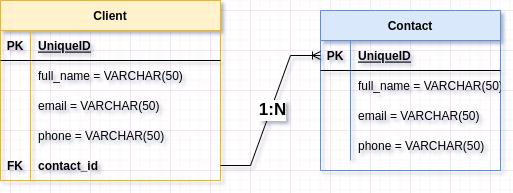
This is src/assets/relations_diagram.png from rafhaelmallorga/server_agenda, a draw.io export, as it was before one commit. Source tidied: cells renumbered, new cells last; positions are measured from the earlier drawing's top-left corner, leaving out a move shared by most shapes.
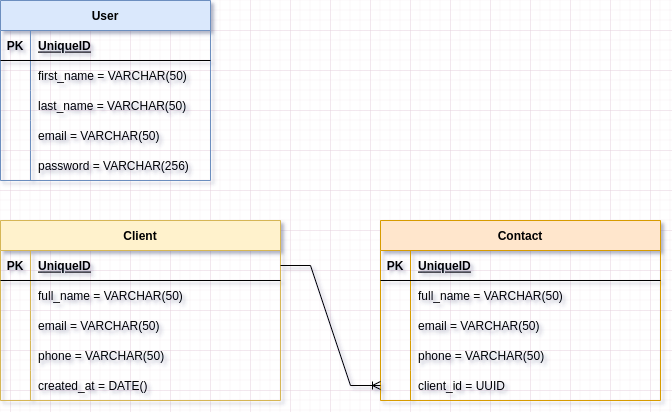
After the change.

The edit, as a diff of the source:
```diff
@@ -2,98 +2,152 @@
   <root>
     <mxCell id="0" />
     <mxCell id="1" parent="0" />
+    <mxCell id="33" value="User" style="shape=table;startSize=30;rowLines=0;fontStyle=1;align=center;fillColor=#dae8fc;strokeColor=#6c8ebf;" parent="1" vertex="1">
+      <mxGeometry x="-40" y="20" width="210" height="180" as="geometry" />
+    </mxCell>
+    <mxCell id="34" style="shape=tableRow;horizontal=0;startSize=0;swimlaneHead=0;swimlaneBody=0;fillColor=none;top=0;left=0;right=0;bottom=1;" parent="33" vertex="1">
+      <mxGeometry y="30" width="210" height="30" as="geometry" />
+    </mxCell>
+    <mxCell id="35" value="PK" style="shape=partialRectangle;fillColor=none;top=0;left=0;bottom=0;right=0;fontStyle=1;overflow=hidden;" parent="34" vertex="1">
+      <mxGeometry width="30" height="30" as="geometry" />
+    </mxCell>
+    <mxCell id="36" value="UniqueID" style="shape=partialRectangle;fillColor=none;top=0;left=0;bottom=0;right=0;align=left;spacingLeft=6;fontStyle=5;overflow=hidden;" parent="34" vertex="1">
+      <mxGeometry x="30" width="180" height="30" as="geometry" />
+    </mxCell>
+    <mxCell id="37" style="shape=tableRow;horizontal=0;startSize=0;swimlaneHead=0;swimlaneBody=0;fillColor=none;top=0;left=0;right=0;bottom=0;" parent="33" vertex="1">
+      <mxGeometry y="60" width="210" height="30" as="geometry" />
+    </mxCell>
+    <mxCell id="38" style="shape=partialRectangle;fillColor=none;top=0;left=0;bottom=0;right=0;overflow=hidden;" parent="37" vertex="1">
+      <mxGeometry width="30" height="30" as="geometry" />
+    </mxCell>
+    <mxCell id="39" value="first_name = VARCHAR(50)" style="shape=partialRectangle;fillColor=none;top=0;left=0;bottom=0;right=0;align=left;spacingLeft=6;overflow=hidden;" parent="37" vertex="1">
+      <mxGeometry x="30" width="180" height="30" as="geometry" />
+    </mxCell>
+    <mxCell id="40" style="shape=tableRow;horizontal=0;startSize=0;swimlaneHead=0;swimlaneBody=0;fillColor=none;top=0;left=0;right=0;bottom=0;" parent="33" vertex="1">
+      <mxGeometry y="90" width="210" height="30" as="geometry" />
+    </mxCell>
+    <mxCell id="41" style="shape=partialRectangle;fillColor=none;top=0;left=0;bottom=0;right=0;overflow=hidden;" parent="40" vertex="1">
+      <mxGeometry width="30" height="30" as="geometry" />
+    </mxCell>
+    <mxCell id="42" value="last_name = VARCHAR(50)" style="shape=partialRectangle;fillColor=none;top=0;left=0;bottom=0;right=0;align=left;spacingLeft=6;overflow=hidden;" parent="40" vertex="1">
+      <mxGeometry x="30" width="180" height="30" as="geometry" />
+    </mxCell>
+    <mxCell id="43" style="shape=tableRow;horizontal=0;startSize=0;swimlaneHead=0;swimlaneBody=0;fillColor=none;top=0;left=0;right=0;bottom=0;" parent="33" vertex="1">
+      <mxGeometry y="120" width="210" height="30" as="geometry" />
+    </mxCell>
+    <mxCell id="44" style="shape=partialRectangle;fillColor=none;top=0;left=0;bottom=0;right=0;overflow=hidden;" parent="43" vertex="1">
+      <mxGeometry width="30" height="30" as="geometry" />
+    </mxCell>
+    <mxCell id="45" value="email = VARCHAR(50)" style="shape=partialRectangle;fillColor=none;top=0;left=0;bottom=0;right=0;align=left;spacingLeft=6;overflow=hidden;" parent="43" vertex="1">
+      <mxGeometry x="30" width="180" height="30" as="geometry" />
+    </mxCell>
+    <mxCell id="46" style="shape=tableRow;horizontal=0;startSize=0;swimlaneHead=0;swimlaneBody=0;fillColor=none;top=0;left=0;right=0;bottom=0;" parent="33" vertex="1">
+      <mxGeometry y="150" width="210" height="30" as="geometry" />
+    </mxCell>
+    <mxCell id="47" style="shape=partialRectangle;fillColor=none;top=0;left=0;bottom=0;right=0;overflow=hidden;" parent="46" vertex="1">
+      <mxGeometry width="30" height="30" as="geometry" />
+    </mxCell>
+    <mxCell id="48" value="password = VARCHAR(256)" style="shape=partialRectangle;fillColor=none;top=0;left=0;bottom=0;right=0;align=left;spacingLeft=6;overflow=hidden;" parent="46" vertex="1">
+      <mxGeometry x="30" width="180" height="30" as="geometry" />
+    </mxCell>
     <mxCell id="2" value="Client" style="shape=table;startSize=30;rowLines=0;fontStyle=1;align=center;fillColor=#fff2cc;strokeColor=#d6b656;" parent="1" vertex="1">
-      <mxGeometry width="220" height="180" as="geometry" />
+      <mxGeometry x="-40" y="240" width="280" height="180" as="geometry" />
     </mxCell>
-    <mxCell id="3" style="shape=tableRow;horizontal=0;startSize=0;swimlaneHead=0;swimlaneBody=0;fillColor=none;top=0;left=0;right=0;bottom=1;" parent="2" vertex="1">
-      <mxGeometry y="30" width="220" height="30" as="geometry" />
-    </mxCell>
-    <mxCell id="4" value="PK" style="shape=partialRectangle;fillColor=none;top=0;left=0;bottom=0;right=0;fontStyle=1;overflow=hidden;" parent="3" vertex="1">
-      <mxGeometry width="30" height="30" as="geometry" />
-    </mxCell>
-    <mxCell id="5" value="UniqueID" style="shape=partialRectangle;fillColor=none;top=0;left=0;bottom=0;right=0;align=left;spacingLeft=6;fontStyle=5;overflow=hidden;" parent="3" vertex="1">
-      <mxGeometry x="30" width="190" height="30" as="geometry" />
-    </mxCell>
-    <mxCell id="6" style="shape=tableRow;horizontal=0;startSize=0;swimlaneHead=0;swimlaneBody=0;fillColor=none;top=0;left=0;right=0;bottom=0;" parent="2" vertex="1">
-      <mxGeometry y="60" width="220" height="30" as="geometry" />
-    </mxCell>
-    <mxCell id="7" style="shape=partialRectangle;fillColor=none;top=0;left=0;bottom=0;right=0;overflow=hidden;" parent="6" vertex="1">
-      <mxGeometry width="30" height="30" as="geometry" />
-    </mxCell>
-    <mxCell id="8" value="full_name = VARCHAR(50)" style="shape=partialRectangle;fillColor=none;top=0;left=0;bottom=0;right=0;align=left;spacingLeft=6;overflow=hidden;" parent="6" vertex="1">
-      <mxGeometry x="30" width="190" height="30" as="geometry" />
-    </mxCell>
-    <mxCell id="9" style="shape=tableRow;horizontal=0;startSize=0;swimlaneHead=0;swimlaneBody=0;fillColor=none;top=0;left=0;right=0;bottom=0;" parent="2" vertex="1">
-      <mxGeometry y="90" width="220" height="30" as="geometry" />
-    </mxCell>
-    <mxCell id="10" style="shape=partialRectangle;fillColor=none;top=0;left=0;bottom=0;right=0;overflow=hidden;" parent="9" vertex="1">
-      <mxGeometry width="30" height="30" as="geometry" />
-    </mxCell>
-    <mxCell id="11" value="email = VARCHAR(50)" style="shape=partialRectangle;fillColor=none;top=0;left=0;bottom=0;right=0;align=left;spacingLeft=6;overflow=hidden;" parent="9" vertex="1">
-      <mxGeometry x="30" width="190" height="30" as="geometry" />
-    </mxCell>
-    <mxCell id="12" style="shape=tableRow;horizontal=0;startSize=0;swimlaneHead=0;swimlaneBody=0;fillColor=none;top=0;left=0;right=0;bottom=0;" parent="2" vertex="1">
-      <mxGeometry y="120" width="220" height="30" as="geometry" />
-    </mxCell>
-    <mxCell id="13" style="shape=partialRectangle;fillColor=none;top=0;left=0;bottom=0;right=0;overflow=hidden;" parent="12" vertex="1">
-      <mxGeometry width="30" height="30" as="geometry" />
-    </mxCell>
-    <mxCell id="14" value="phone = VARCHAR(50)" style="shape=partialRectangle;fillColor=none;top=0;left=0;bottom=0;right=0;align=left;spacingLeft=6;overflow=hidden;" parent="12" vertex="1">
-      <mxGeometry x="30" width="190" height="30" as="geometry" />
-    </mxCell>
-    <mxCell id="15" style="shape=tableRow;horizontal=0;startSize=0;swimlaneHead=0;swimlaneBody=0;fillColor=none;points=[[0,0.5],[1,0.5]];portConstraint=eastwest;top=0;left=0;right=0;bottom=0;" parent="2" vertex="1">
-      <mxGeometry y="150" width="220" height="30" as="geometry" />
-    </mxCell>
-    <mxCell id="16" value="FK" style="shape=partialRectangle;fillColor=none;top=0;left=0;bottom=0;right=0;overflow=hidden;fontStyle=1;" parent="15" vertex="1">
-      <mxGeometry width="30" height="30" as="geometry" />
-    </mxCell>
-    <mxCell id="17" value="contact_id" style="shape=partialRectangle;fillColor=none;top=0;left=0;bottom=0;right=0;align=left;spacingLeft=6;overflow=hidden;fontStyle=1;" parent="15" vertex="1">
-      <mxGeometry x="30" width="190" height="30" as="geometry" />
-    </mxCell>
+    <mxCell id="49" style="shape=tableRow;horizontal=0;startSize=0;swimlaneHead=0;swimlaneBody=0;fillColor=none;points=[[0,0.5],[1,0.5]];portConstraint=eastwest;top=0;left=0;right=0;bottom=1;" parent="2" vertex="1">
+      <mxGeometry y="30" width="280" height="30" as="geometry" />
+    </mxCell>
+    <mxCell id="50" value="PK" style="shape=partialRectangle;fillColor=none;top=0;left=0;bottom=0;right=0;fontStyle=1;overflow=hidden;" parent="49" vertex="1">
+      <mxGeometry width="30" height="30" as="geometry" />
+    </mxCell>
+    <mxCell id="51" value="UniqueID" style="shape=partialRectangle;fillColor=none;top=0;left=0;bottom=0;right=0;align=left;spacingLeft=6;fontStyle=5;overflow=hidden;" parent="49" vertex="1">
+      <mxGeometry x="30" width="250" height="30" as="geometry" />
+    </mxCell>
+    <mxCell id="52" style="shape=tableRow;horizontal=0;startSize=0;swimlaneHead=0;swimlaneBody=0;fillColor=none;top=0;left=0;right=0;bottom=0;" parent="2" vertex="1">
+      <mxGeometry y="60" width="280" height="30" as="geometry" />
+    </mxCell>
+    <mxCell id="53" style="shape=partialRectangle;fillColor=none;top=0;left=0;bottom=0;right=0;overflow=hidden;" parent="52" vertex="1">
+      <mxGeometry width="30" height="30" as="geometry" />
+    </mxCell>
+    <mxCell id="54" value="full_name = VARCHAR(50)" style="shape=partialRectangle;fillColor=none;top=0;left=0;bottom=0;right=0;align=left;spacingLeft=6;overflow=hidden;" parent="52" vertex="1">
+      <mxGeometry x="30" width="250" height="30" as="geometry" />
+    </mxCell>
+    <mxCell id="55" style="shape=tableRow;horizontal=0;startSize=0;swimlaneHead=0;swimlaneBody=0;fillColor=none;top=0;left=0;right=0;bottom=0;" parent="2" vertex="1">
+      <mxGeometry y="90" width="280" height="30" as="geometry" />
+    </mxCell>
+    <mxCell id="56" style="shape=partialRectangle;fillColor=none;top=0;left=0;bottom=0;right=0;overflow=hidden;" parent="55" vertex="1">
+      <mxGeometry width="30" height="30" as="geometry" />
+    </mxCell>
+    <mxCell id="57" value="email = VARCHAR(50)" style="shape=partialRectangle;fillColor=none;top=0;left=0;bottom=0;right=0;align=left;spacingLeft=6;overflow=hidden;" parent="55" vertex="1">
+      <mxGeometry x="30" width="250" height="30" as="geometry" />
+    </mxCell>
+    <mxCell id="58" style="shape=tableRow;horizontal=0;startSize=0;swimlaneHead=0;swimlaneBody=0;fillColor=none;top=0;left=0;right=0;bottom=0;" parent="2" vertex="1">
+      <mxGeometry y="120" width="280" height="30" as="geometry" />
+    </mxCell>
+    <mxCell id="59" style="shape=partialRectangle;fillColor=none;top=0;left=0;bottom=0;right=0;overflow=hidden;" parent="58" vertex="1">
+      <mxGeometry width="30" height="30" as="geometry" />
+    </mxCell>
+    <mxCell id="60" value="phone = VARCHAR(50)" style="shape=partialRectangle;fillColor=none;top=0;left=0;bottom=0;right=0;align=left;spacingLeft=6;overflow=hidden;" parent="58" vertex="1">
+      <mxGeometry x="30" width="250" height="30" as="geometry" />
+    </mxCell>
+    <mxCell id="61" style="shape=tableRow;horizontal=0;startSize=0;swimlaneHead=0;swimlaneBody=0;fillColor=none;top=0;left=0;right=0;bottom=0;" parent="2" vertex="1">
+      <mxGeometry y="150" width="280" height="30" as="geometry" />
+    </mxCell>
+    <mxCell id="62" style="shape=partialRectangle;fillColor=none;top=0;left=0;bottom=0;right=0;overflow=hidden;" parent="61" vertex="1">
+      <mxGeometry width="30" height="30" as="geometry" />
+    </mxCell>
+    <mxCell id="63" value="created_at = DATE()" style="shape=partialRectangle;fillColor=none;top=0;left=0;bottom=0;right=0;align=left;spacingLeft=6;overflow=hidden;" parent="61" vertex="1">
+      <mxGeometry x="30" width="250" height="30" as="geometry" />
+    </mxCell>
-    <mxCell id="18" value="Contact" style="shape=table;startSize=30;rowLines=0;fontStyle=1;align=center;fillColor=#dae8fc;strokeColor=#6c8ebf;" parent="1" vertex="1">
-      <mxGeometry x="320" y="10" width="180" height="160" as="geometry" />
+    <mxCell id="18" value="Contact" style="shape=table;startSize=30;rowLines=0;fontStyle=1;align=center;fillColor=#ffe6cc;strokeColor=#d79b00;" parent="1" vertex="1">
+      <mxGeometry x="340" y="240" width="280" height="180" as="geometry" />
     </mxCell>
-    <mxCell id="19" style="shape=tableRow;horizontal=0;startSize=0;swimlaneHead=0;swimlaneBody=0;fillColor=none;points=[[0,0.5],[1,0.5]];portConstraint=eastwest;top=0;left=0;right=0;bottom=1;" parent="18" vertex="1">
-      <mxGeometry y="30" width="180" height="30" as="geometry" />
-    </mxCell>
-    <mxCell id="20" value="PK" style="shape=partialRectangle;fillColor=none;top=0;left=0;bottom=0;right=0;fontStyle=1;overflow=hidden;" parent="19" vertex="1">
-      <mxGeometry width="30" height="30" as="geometry" />
-    </mxCell>
-    <mxCell id="21" value="UniqueID" style="shape=partialRectangle;fillColor=none;top=0;left=0;bottom=0;right=0;align=left;spacingLeft=6;fontStyle=5;overflow=hidden;" parent="19" vertex="1">
-      <mxGeometry x="30" width="150" height="30" as="geometry" />
-    </mxCell>
-    <mxCell id="22" style="shape=tableRow;horizontal=0;startSize=0;swimlaneHead=0;swimlaneBody=0;fillColor=none;top=0;left=0;right=0;bottom=0;" parent="18" vertex="1">
-      <mxGeometry y="60" width="180" height="30" as="geometry" />
-    </mxCell>
-    <mxCell id="23" style="shape=partialRectangle;fillColor=none;top=0;left=0;bottom=0;right=0;overflow=hidden;" parent="22" vertex="1">
-      <mxGeometry width="30" height="30" as="geometry" />
-    </mxCell>
-    <mxCell id="24" value="full_name = VARCHAR(50)" style="shape=partialRectangle;fillColor=none;top=0;left=0;bottom=0;right=0;align=left;spacingLeft=6;overflow=hidden;" parent="22" vertex="1">
-      <mxGeometry x="30" width="150" height="30" as="geometry" />
-    </mxCell>
-    <mxCell id="25" style="shape=tableRow;horizontal=0;startSize=0;swimlaneHead=0;swimlaneBody=0;fillColor=none;top=0;left=0;right=0;bottom=0;" parent="18" vertex="1">
-      <mxGeometry y="90" width="180" height="30" as="geometry" />
-    </mxCell>
-    <mxCell id="26" style="shape=partialRectangle;fillColor=none;top=0;left=0;bottom=0;right=0;overflow=hidden;" parent="25" vertex="1">
-      <mxGeometry width="30" height="30" as="geometry" />
-    </mxCell>
-    <mxCell id="27" value="email = VARCHAR(50)" style="shape=partialRectangle;fillColor=none;top=0;left=0;bottom=0;right=0;align=left;spacingLeft=6;overflow=hidden;" parent="25" vertex="1">
-      <mxGeometry x="30" width="150" height="30" as="geometry" />
-    </mxCell>
-    <mxCell id="28" style="shape=tableRow;horizontal=0;startSize=0;swimlaneHead=0;swimlaneBody=0;fillColor=none;top=0;left=0;right=0;bottom=0;" parent="18" vertex="1">
-      <mxGeometry y="120" width="180" height="30" as="geometry" />
-    </mxCell>
-    <mxCell id="29" style="shape=partialRectangle;fillColor=none;top=0;left=0;bottom=0;right=0;overflow=hidden;" parent="28" vertex="1">
-      <mxGeometry width="30" height="30" as="geometry" />
-    </mxCell>
-    <mxCell id="30" value="phone = VARCHAR(50)" style="shape=partialRectangle;fillColor=none;top=0;left=0;bottom=0;right=0;align=left;spacingLeft=6;overflow=hidden;" parent="28" vertex="1">
-      <mxGeometry x="30" width="150" height="30" as="geometry" />
-    </mxCell>
-    <mxCell id="31" style="edgeStyle=entityRelationEdgeStyle;fontSize=12;html=1;endArrow=ERoneToMany;rounded=0;" parent="1" edge="1" source="15" target="19">
-      <mxGeometry relative="1" as="geometry" />
-    </mxCell>
-    <mxCell id="32" value="1:N" style="edgeLabel;html=1;align=center;verticalAlign=middle;fontStyle=1;fontSize=17;" parent="31" vertex="1">
-      <mxGeometry x="0.01" y="-1" relative="1" as="geometry" />
-    </mxCell>
+    <mxCell id="64" style="shape=tableRow;horizontal=0;startSize=0;swimlaneHead=0;swimlaneBody=0;fillColor=none;top=0;left=0;right=0;bottom=1;" parent="18" vertex="1">
+      <mxGeometry y="30" width="280" height="30" as="geometry" />
+    </mxCell>
+    <mxCell id="65" value="PK" style="shape=partialRectangle;fillColor=none;top=0;left=0;bottom=0;right=0;fontStyle=1;overflow=hidden;" parent="64" vertex="1">
+      <mxGeometry width="30" height="30" as="geometry" />
+    </mxCell>
+    <mxCell id="66" value="UniqueID" style="shape=partialRectangle;fillColor=none;top=0;left=0;bottom=0;right=0;align=left;spacingLeft=6;fontStyle=5;overflow=hidden;" parent="64" vertex="1">
+      <mxGeometry x="30" width="250" height="30" as="geometry" />
+    </mxCell>
+    <mxCell id="67" style="shape=tableRow;horizontal=0;startSize=0;swimlaneHead=0;swimlaneBody=0;fillColor=none;top=0;left=0;right=0;bottom=0;" parent="18" vertex="1">
+      <mxGeometry y="60" width="280" height="30" as="geometry" />
+    </mxCell>
+    <mxCell id="68" style="shape=partialRectangle;fillColor=none;top=0;left=0;bottom=0;right=0;overflow=hidden;" parent="67" vertex="1">
+      <mxGeometry width="30" height="30" as="geometry" />
+    </mxCell>
+    <mxCell id="69" value="full_name = VARCHAR(50)" style="shape=partialRectangle;fillColor=none;top=0;left=0;bottom=0;right=0;align=left;spacingLeft=6;overflow=hidden;" parent="67" vertex="1">
+      <mxGeometry x="30" width="250" height="30" as="geometry" />
+    </mxCell>
+    <mxCell id="70" style="shape=tableRow;horizontal=0;startSize=0;swimlaneHead=0;swimlaneBody=0;fillColor=none;top=0;left=0;right=0;bottom=0;" parent="18" vertex="1">
+      <mxGeometry y="90" width="280" height="30" as="geometry" />
+    </mxCell>
+    <mxCell id="71" style="shape=partialRectangle;fillColor=none;top=0;left=0;bottom=0;right=0;overflow=hidden;" parent="70" vertex="1">
+      <mxGeometry width="30" height="30" as="geometry" />
+    </mxCell>
+    <mxCell id="72" value="email = VARCHAR(50)" style="shape=partialRectangle;fillColor=none;top=0;left=0;bottom=0;right=0;align=left;spacingLeft=6;overflow=hidden;" parent="70" vertex="1">
+      <mxGeometry x="30" width="250" height="30" as="geometry" />
+    </mxCell>
+    <mxCell id="73" style="shape=tableRow;horizontal=0;startSize=0;swimlaneHead=0;swimlaneBody=0;fillColor=none;top=0;left=0;right=0;bottom=0;" parent="18" vertex="1">
+      <mxGeometry y="120" width="280" height="30" as="geometry" />
+    </mxCell>
+    <mxCell id="74" style="shape=partialRectangle;fillColor=none;top=0;left=0;bottom=0;right=0;overflow=hidden;" parent="73" vertex="1">
+      <mxGeometry width="30" height="30" as="geometry" />
+    </mxCell>
+    <mxCell id="75" value="phone = VARCHAR(50)" style="shape=partialRectangle;fillColor=none;top=0;left=0;bottom=0;right=0;align=left;spacingLeft=6;overflow=hidden;" parent="73" vertex="1">
+      <mxGeometry x="30" width="250" height="30" as="geometry" />
+    </mxCell>
+    <mxCell id="76" style="shape=tableRow;horizontal=0;startSize=0;swimlaneHead=0;swimlaneBody=0;fillColor=none;points=[[0,0.5],[1,0.5]];portConstraint=eastwest;top=0;left=0;right=0;bottom=0;" parent="18" vertex="1">
+      <mxGeometry y="150" width="280" height="30" as="geometry" />
+    </mxCell>
+    <mxCell id="77" style="shape=partialRectangle;fillColor=none;top=0;left=0;bottom=0;right=0;overflow=hidden;" parent="76" vertex="1">
+      <mxGeometry width="30" height="30" as="geometry" />
+    </mxCell>
+    <mxCell id="78" value="client_id = UUID" style="shape=partialRectangle;fillColor=none;top=0;left=0;bottom=0;right=0;align=left;spacingLeft=6;overflow=hidden;" parent="76" vertex="1">
+      <mxGeometry x="30" width="250" height="30" as="geometry" />
+    </mxCell>
+    <mxCell id="79" style="edgeStyle=entityRelationEdgeStyle;fontSize=12;html=1;endArrow=ERoneToMany;rounded=0;" parent="1" edge="1" source="49" target="76">
+      <mxGeometry relative="1" as="geometry" />
+    </mxCell>
   </root>
 </mxGraphModel>
```
